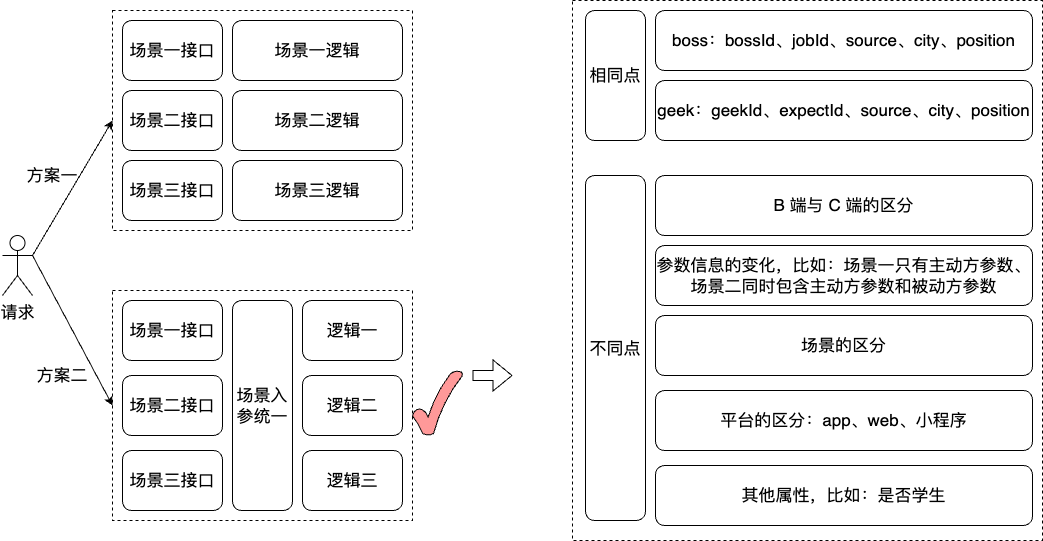
This is work-draw-file/场景接入的方案.png from liujunao/draw-data, a draw.io export, as it was before one commit. Source tidied: cells renumbered, new cells last; positions are measured from the earlier drawing's top-left corner, leaving out a move shared by most shapes.
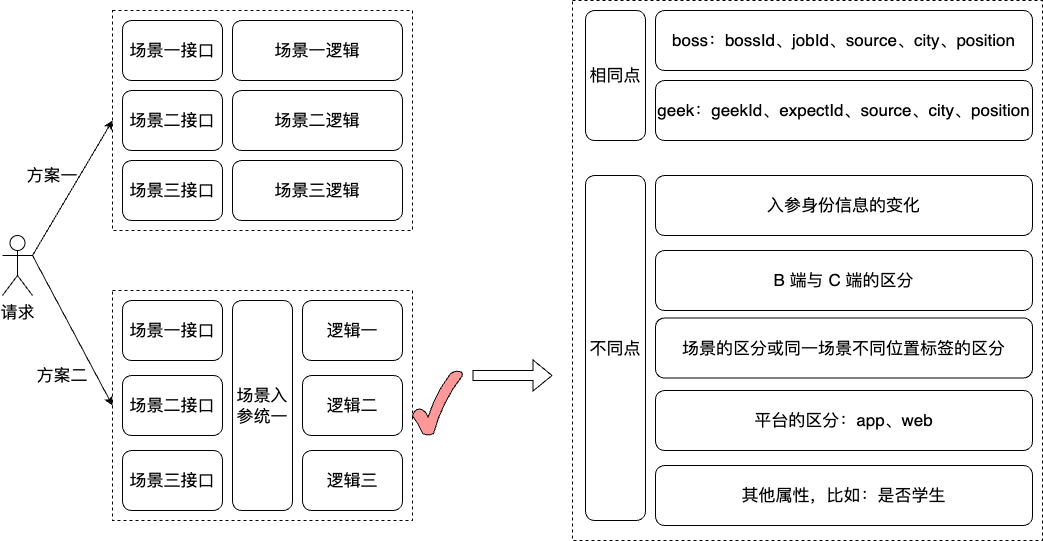
Above is the later version.

Commit message:
更新场景接入的方案.png

Diff of the diagram source:
```diff
@@ -63,24 +63,24 @@
       <mxGeometry x="583" y="175" width="60" height="345" as="geometry" />
     </mxCell>
     <mxCell id="22" value="&lt;font size=&quot;3&quot;&gt;B 端与 C 端的区分&lt;/font&gt;" style="rounded=1;whiteSpace=wrap;html=1;" parent="1" vertex="1">
-      <mxGeometry x="653" y="175" width="377" height="60" as="geometry" />
+      <mxGeometry x="653" y="250" width="377" height="60" as="geometry" />
     </mxCell>
-    <mxCell id="23" value="&lt;font size=&quot;3&quot;&gt;平台的区分：app、web、小程序&lt;/font&gt;" style="rounded=1;whiteSpace=wrap;html=1;" parent="1" vertex="1">
+    <mxCell id="23" value="&lt;font size=&quot;3&quot;&gt;平台的区分：app、web&lt;/font&gt;" style="rounded=1;whiteSpace=wrap;html=1;" parent="1" vertex="1">
       <mxGeometry x="653" y="390" width="377" height="60" as="geometry" />
     </mxCell>
-    <mxCell id="24" value="&lt;font size=&quot;3&quot;&gt;参数信息的变化，比如：场景一只有主动方参数、场景二同时包含主动方参数和被动方参数&lt;/font&gt;" style="rounded=1;whiteSpace=wrap;html=1;" parent="1" vertex="1">
-      <mxGeometry x="653" y="245" width="377" height="60" as="geometry" />
+    <mxCell id="24" value="&lt;font size=&quot;3&quot;&gt;入参身份信息的变化&lt;/font&gt;" style="rounded=1;whiteSpace=wrap;html=1;" parent="1" vertex="1">
+      <mxGeometry x="653" y="175" width="377" height="60" as="geometry" />
     </mxCell>
     <mxCell id="25" value="&lt;font size=&quot;3&quot;&gt;其他属性，比如：是否学生&lt;/font&gt;" style="rounded=1;whiteSpace=wrap;html=1;" parent="1" vertex="1">
       <mxGeometry x="653" y="465" width="377" height="60" as="geometry" />
     </mxCell>
-    <mxCell id="26" value="&lt;font size=&quot;3&quot;&gt;场景的区分&lt;/font&gt;" style="rounded=1;whiteSpace=wrap;html=1;" parent="1" vertex="1">
-      <mxGeometry x="653" y="315" width="377" height="60" as="geometry" />
+    <mxCell id="26" value="&lt;font size=&quot;3&quot;&gt;场景的区分或同一场景不同位置标签的区分&lt;/font&gt;" style="rounded=1;whiteSpace=wrap;html=1;" parent="1" vertex="1">
+      <mxGeometry x="653" y="317.5" width="377" height="60" as="geometry" />
     </mxCell>
     <mxCell id="27" style="shape=flexArrow;endArrow=classic;html=1;rounded=0;" parent="1" edge="1">
       <mxGeometry relative="1" as="geometry">
         <mxPoint x="470" y="375" as="sourcePoint" />
-        <mxPoint x="510" y="375" as="targetPoint" />
+        <mxPoint x="550" y="375" as="targetPoint" />
       </mxGeometry>
     </mxCell>
     <mxCell id="28" value="&lt;font size=&quot;3&quot;&gt;场景一接口&lt;/font&gt;" style="rounded=1;whiteSpace=wrap;html=1;" parent="1" vertex="1">
```
